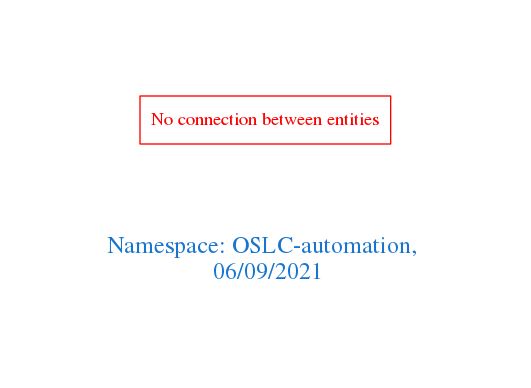
The Graphviz diagram downloads/OSLC-automation.png in arago/OGIT, before a commit. Its source is kept beside it as downloads/OSLC-automation.dot.
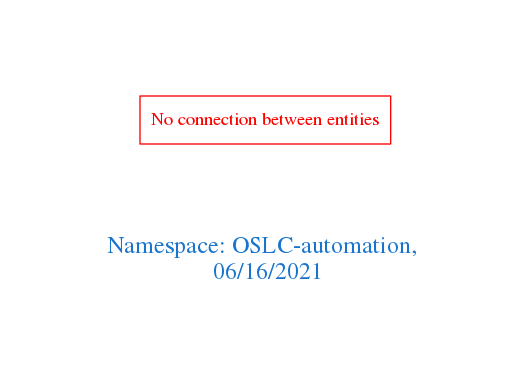
The same diagram one commit later.

The edit, as a diff of the source:
```diff
@@ -1,7 +1,7 @@
 digraph OGIT_ontology {
  graph [ rankdir= LR,pad=1
 fontsize = 18,
-fontcolor= dodgerblue3,label = "\n\n\nNamespace: OSLC-automation, \n 06/09/2021"];
+fontcolor= dodgerblue3,label = "\n\n\nNamespace: OSLC-automation, \n 06/16/2021"];
 node[shape=polygon];
 edge [  color="gray81"];
 
```
